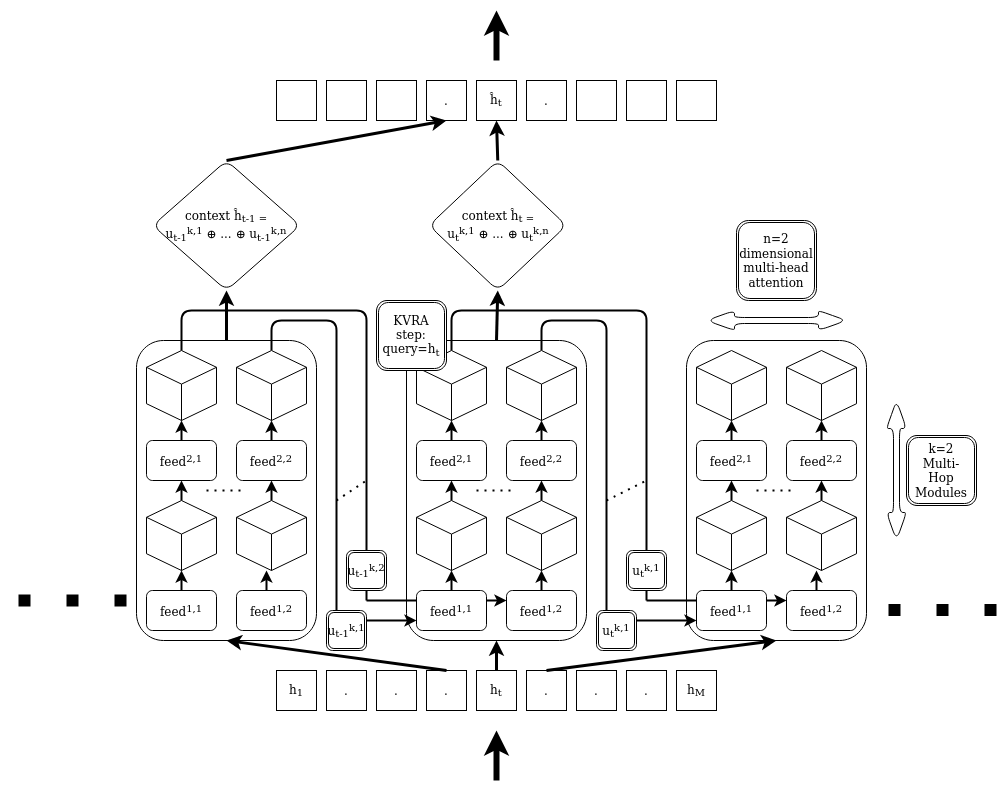
marvosyntactical/joeynmt keeps this draw.io diagram as example_att/feedfwdKbattTF.png. Above is the earlier version. Source tidied: cells renumbered, new cells last; positions are measured from the earlier drawing's top-left corner, leaving out a move shared by most shapes.
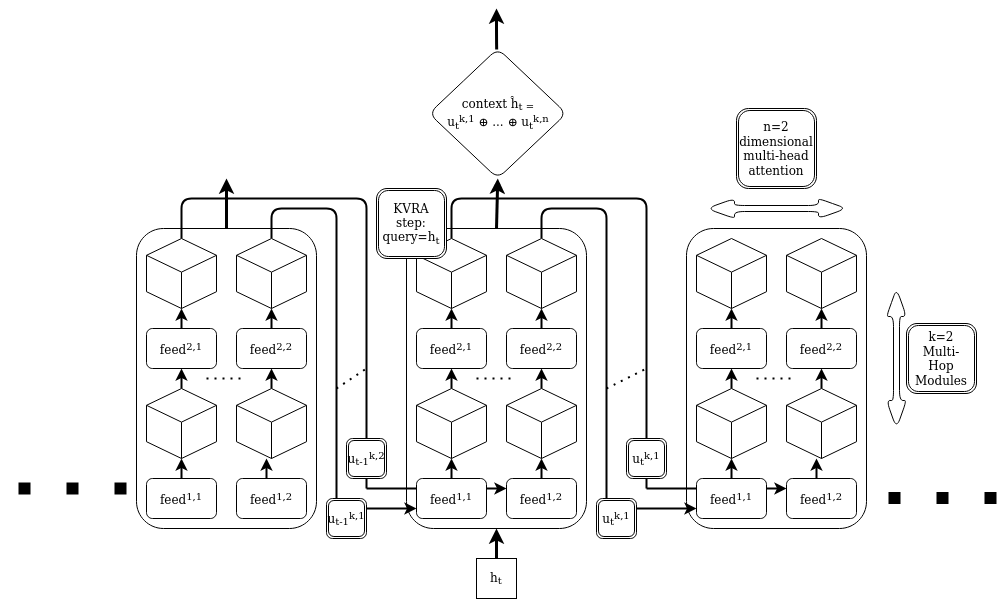
The same file after the commit.

What changed in the source:
```diff
@@ -2,15 +2,6 @@
   <root>
     <mxCell id="0" />
     <mxCell id="1" parent="0" />
-    <mxCell id="2" value="." style="whiteSpace=wrap;html=1;" parent="1" vertex="1">
-      <mxGeometry x="320" y="660" width="40" height="40" as="geometry" />
-    </mxCell>
-    <mxCell id="3" value="." style="whiteSpace=wrap;html=1;" parent="1" vertex="1">
-      <mxGeometry x="420" y="660" width="40" height="40" as="geometry" />
-    </mxCell>
-    <mxCell id="4" value="." style="whiteSpace=wrap;html=1;" parent="1" vertex="1">
-      <mxGeometry x="370" y="660" width="40" height="40" as="geometry" />
-    </mxCell>
     <mxCell id="5" style="edgeStyle=orthogonalEdgeStyle;rounded=0;jettySize=auto;html=1;strokeWidth=3;" parent="1" edge="1" source="6">
       <mxGeometry relative="1" as="geometry">
         <mxPoint x="490" y="630" as="targetPoint" />
@@ -19,24 +10,6 @@
     <mxCell id="6" value="h&lt;sub&gt;t&lt;/sub&gt;" style="whiteSpace=wrap;html=1;" parent="1" vertex="1">
       <mxGeometry x="470" y="660" width="40" height="40" as="geometry" />
     </mxCell>
-    <mxCell id="7" value="." style="whiteSpace=wrap;html=1;" parent="1" vertex="1">
-      <mxGeometry x="520" y="660" width="40" height="40" as="geometry" />
-    </mxCell>
-    <mxCell id="8" value="." style="whiteSpace=wrap;html=1;" parent="1" vertex="1">
-      <mxGeometry x="570" y="660" width="40" height="40" as="geometry" />
-    </mxCell>
-    <mxCell id="9" value="." style="whiteSpace=wrap;html=1;" parent="1" vertex="1">
-      <mxGeometry x="620" y="660" width="40" height="40" as="geometry" />
-    </mxCell>
-    <mxCell id="10" value="h&lt;sub&gt;M&lt;/sub&gt;" style="whiteSpace=wrap;html=1;" parent="1" vertex="1">
-      <mxGeometry x="670" y="660" width="40" height="40" as="geometry" />
-    </mxCell>
-    <mxCell id="11" style="endArrow=classic;html=1;strokeWidth=6;" parent="1" edge="1">
-      <mxGeometry relative="1" as="geometry">
-        <mxPoint x="490" y="770" as="sourcePoint" />
-        <mxPoint x="490" y="720" as="targetPoint" />
-      </mxGeometry>
-    </mxCell>
     <mxCell id="12" style="edgeStyle=elbowEdgeStyle;elbow=vertical;endArrow=none;html=1;strokeWidth=2;jumpSize=2;endFill=0;exitX=0.5;exitY=0;exitDx=0;exitDy=0;exitPerimeter=0;" parent="1" edge="1" source="45">
       <mxGeometry relative="1" as="geometry">
         <mxPoint x="600" y="610" as="targetPoint" />
@@ -50,12 +23,6 @@
         <mxPoint x="640" y="590" as="targetPoint" />
       </mxGeometry>
     </mxCell>
-    <mxCell id="14" style="endArrow=classic;html=1;strokeWidth=3;exitX=0.5;exitY=0;exitDx=0;exitDy=0;entryX=0.5;entryY=1;entryDx=0;entryDy=0;" parent="1" edge="1" source="3" target="34">
-      <mxGeometry relative="1" as="geometry" />
-    </mxCell>
-    <mxCell id="15" value="h&lt;sub&gt;1&lt;br&gt;&lt;/sub&gt;" style="whiteSpace=wrap;html=1;" parent="1" vertex="1">
-      <mxGeometry x="270" y="660" width="40" height="40" as="geometry" />
-    </mxCell>
     <mxCell id="16" style="endArrow=classic;html=1;strokeWidth=2;endFill=1;entryX=0;entryY=0.75;entryDx=0;entryDy=0;" parent="1" edge="1">
       <mxGeometry relative="1" as="geometry">
         <mxPoint x="600" y="610" as="sourcePoint" />
@@ -99,11 +66,6 @@
         <mxPoint x="870" y="599.5" as="targetPoint" />
       </mxGeometry>
     </mxCell>
-    <mxCell id="23" style="endArrow=classic;html=1;strokeWidth=3;exitX=0.5;exitY=0;exitDx=0;exitDy=0;" parent="1" edge="1" source="7">
-      <mxGeometry relative="1" as="geometry">
-        <mxPoint x="770" y="630" as="targetPoint" />
-      </mxGeometry>
-    </mxCell>
     <mxCell id="24" style="endArrow=classic;html=1;strokeWidth=2;entryX=0;entryY=0.25;entryDx=0;entryDy=0;" parent="1" edge="1">
       <mxGeometry relative="1" as="geometry">
         <mxPoint x="640" y="590" as="sourcePoint" />
@@ -302,15 +264,14 @@
     <mxCell id="77" style="shape=doubleArrow;whiteSpace=wrap;html=1;rounded=1;shadow=0;glass=0;fillColor=#ffffff;direction=west;" parent="1" vertex="1">
       <mxGeometry x="700" y="300" width="140" height="20" as="geometry" />
     </mxCell>
-    <mxCell id="78" style="endArrow=classic;html=1;strokeWidth=3;exitX=0.5;exitY=0;exitDx=0;exitDy=0;entryX=0.5;entryY=1;entryDx=0;entryDy=0;" parent="1" edge="1" source="34" target="80">
-      <mxGeometry relative="1" as="geometry" />
+    <mxCell id="78" style="endArrow=classic;html=1;strokeWidth=3;exitX=0.5;exitY=0;exitDx=0;exitDy=0;entryX=0.5;entryY=1;entryDx=0;entryDy=0;" parent="1" edge="1" source="34">
+      <mxGeometry relative="1" as="geometry">
+        <mxPoint x="220" y="280" as="targetPoint" />
+      </mxGeometry>
     </mxCell>
     <mxCell id="79" style="endArrow=classic;html=1;strokeWidth=3;exitX=0.5;exitY=0;exitDx=0;exitDy=0;entryX=0.5;entryY=1;entryDx=0;entryDy=0;" parent="1" edge="1" source="50" target="81">
       <mxGeometry relative="1" as="geometry" />
     </mxCell>
-    <mxCell id="80" value="&lt;div&gt;context ĥ&lt;sub&gt;t-1 =&lt;br&gt;&lt;/sub&gt;&lt;/div&gt;&lt;div&gt;u&lt;sub&gt;t-1&lt;/sub&gt;&lt;sup&gt;k,1&lt;/sup&gt; ⊕ ... ⊕ u&lt;sub&gt;t-1&lt;/sub&gt;&lt;sup&gt;k,n&lt;/sup&gt;&lt;br&gt;&lt;/div&gt;" style="rhombus;whiteSpace=wrap;html=1;rounded=1;shadow=0;glass=0;fillColor=#ffffff;" parent="1" vertex="1">
-      <mxGeometry x="146.2" y="150" width="147.5" height="130" as="geometry" />
-    </mxCell>
     <mxCell id="81" value="&lt;div&gt;context ĥ&lt;sub&gt;t =&lt;br&gt;&lt;/sub&gt;&lt;/div&gt;&lt;div&gt;u&lt;sub&gt;t&lt;/sub&gt;&lt;sup&gt;k,1&lt;/sup&gt; ⊕ ... ⊕ u&lt;sub&gt;t&lt;/sub&gt;&lt;sup&gt;k,n&lt;/sup&gt;&lt;br&gt;&lt;/div&gt;" style="rhombus;whiteSpace=wrap;html=1;rounded=1;shadow=0;glass=0;fillColor=#ffffff;" parent="1" vertex="1">
       <mxGeometry x="422.5" y="150" width="137.5" height="130" as="geometry" />
     </mxCell>
@@ -354,44 +315,13 @@
         </Array>
       </mxGeometry>
     </mxCell>
-    <mxCell id="90" style="whiteSpace=wrap;html=1;" parent="1" vertex="1">
-      <mxGeometry x="320" y="70" width="40" height="40" as="geometry" />
-    </mxCell>
-    <mxCell id="91" value="." style="whiteSpace=wrap;html=1;" parent="1" vertex="1">
-      <mxGeometry x="420" y="70" width="40" height="40" as="geometry" />
-    </mxCell>
-    <mxCell id="92" style="whiteSpace=wrap;html=1;" parent="1" vertex="1">
-      <mxGeometry x="370" y="70" width="40" height="40" as="geometry" />
-    </mxCell>
-    <mxCell id="93" value="ĥ&lt;sub&gt;t&lt;/sub&gt;" style="whiteSpace=wrap;html=1;" parent="1" vertex="1">
-      <mxGeometry x="470" y="70" width="40" height="40" as="geometry" />
-    </mxCell>
-    <mxCell id="94" value="." style="whiteSpace=wrap;html=1;" parent="1" vertex="1">
-      <mxGeometry x="520" y="70" width="40" height="40" as="geometry" />
-    </mxCell>
-    <mxCell id="95" style="whiteSpace=wrap;html=1;" parent="1" vertex="1">
-      <mxGeometry x="570" y="70" width="40" height="40" as="geometry" />
-    </mxCell>
-    <mxCell id="96" style="whiteSpace=wrap;html=1;" parent="1" vertex="1">
-      <mxGeometry x="620" y="70" width="40" height="40" as="geometry" />
-    </mxCell>
-    <mxCell id="97" style="whiteSpace=wrap;html=1;" parent="1" vertex="1">
-      <mxGeometry x="670" y="70" width="40" height="40" as="geometry" />
-    </mxCell>
-    <mxCell id="98" style="whiteSpace=wrap;html=1;" parent="1" vertex="1">
-      <mxGeometry x="270" y="70" width="40" height="40" as="geometry" />
-    </mxCell>
-    <mxCell id="99" style="endArrow=classic;html=1;strokeWidth=3;exitX=0.5;exitY=0;exitDx=0;exitDy=0;entryX=0.5;entryY=1;entryDx=0;entryDy=0;" parent="1" edge="1" source="81" target="93">
-      <mxGeometry relative="1" as="geometry" />
+    <mxCell id="99" style="endArrow=classic;html=1;strokeWidth=3;entryX=0.5;entryY=1;entryDx=0;entryDy=0;" parent="1" edge="1" source="81">
+      <mxGeometry relative="1" as="geometry">
+        <mxPoint x="490" y="110" as="targetPoint" />
+        <Array as="points">
+          <mxPoint x="490" y="140" />
+        </Array>
+      </mxGeometry>
     </mxCell>
-    <mxCell id="100" style="endArrow=classic;html=1;strokeWidth=3;exitX=0.5;exitY=0;exitDx=0;exitDy=0;entryX=0.5;entryY=1;entryDx=0;entryDy=0;" parent="1" edge="1" source="80" target="91">
-      <mxGeometry relative="1" as="geometry" />
-    </mxCell>
-    <mxCell id="101" style="endArrow=classic;html=1;strokeWidth=6;" parent="1" edge="1">
-      <mxGeometry relative="1" as="geometry">
-        <mxPoint x="490" y="50" as="sourcePoint" />
-        <mxPoint x="490" as="targetPoint" />
-      </mxGeometry>
-    </mxCell>
   </root>
 </mxGraphModel>
```
